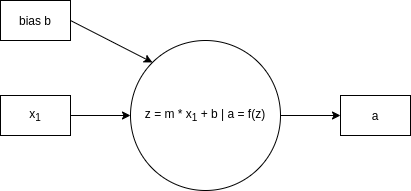
Before: doc/figures/neural_networks.png, a diagram exported from draw.io (campfireman/bachelor-thesis). Source tidied: cells renumbered, new cells last; positions are measured from the earlier drawing's top-left corner, leaving out a move shared by most shapes.
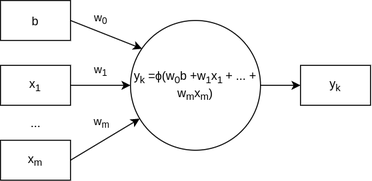
After the commit.

Commit message:
Neural network introduction

The edit, as a diff of the source:
```diff
@@ -5,23 +5,32 @@
     <mxCell id="2" style="edgeStyle=none;rounded=0;jettySize=auto;html=1;entryX=0;entryY=0.5;entryDx=0;entryDy=0;" parent="1" edge="1" source="3" target="8">
       <mxGeometry relative="1" as="geometry" />
     </mxCell>
-    <mxCell id="3" value="z = m * x&lt;sub&gt;1&lt;/sub&gt;&amp;nbsp;+ b | a = f(z)" style="ellipse;whiteSpace=wrap;html=1;" parent="1" vertex="1">
-      <mxGeometry x="130" y="40" width="150" height="150" as="geometry" />
+    <mxCell id="3" value="y&lt;sub&gt;k&lt;/sub&gt; =&lt;span lang=&quot;grc&quot;&gt;ϕ&lt;/span&gt;(w&lt;sub&gt;0&lt;/sub&gt;b +w&lt;sub&gt;1&lt;/sub&gt;x&lt;sub&gt;1 &lt;/sub&gt;+ ... + w&lt;sub&gt;m&lt;/sub&gt;x&lt;sub&gt;m&lt;/sub&gt;)" style="ellipse;whiteSpace=wrap;html=1;" parent="1" vertex="1">
+      <mxGeometry x="130" y="50" width="130" height="130" as="geometry" />
     </mxCell>
-    <mxCell id="4" style="edgeStyle=orthogonalEdgeStyle;rounded=0;jettySize=auto;html=1;entryX=0;entryY=0.5;entryDx=0;entryDy=0;" parent="1" edge="1" source="5" target="3">
-      <mxGeometry relative="1" as="geometry" />
+    <mxCell id="4" value="w&lt;sub&gt;1&lt;/sub&gt;" style="edgeStyle=orthogonalEdgeStyle;rounded=0;jettySize=auto;html=1;entryX=0;entryY=0.5;entryDx=0;entryDy=0;" parent="1" edge="1" source="5" target="3">
+      <mxGeometry y="15" relative="1" as="geometry" />
     </mxCell>
     <mxCell id="5" value="x&lt;sub&gt;1&lt;/sub&gt;" style="rounded=0;whiteSpace=wrap;html=1;" parent="1" vertex="1">
       <mxGeometry y="95" width="70" height="40" as="geometry" />
     </mxCell>
-    <mxCell id="6" style="rounded=0;jettySize=auto;html=1;entryX=0;entryY=0;entryDx=0;entryDy=0;exitX=1;exitY=0.5;exitDx=0;exitDy=0;" parent="1" edge="1" source="7" target="3">
-      <mxGeometry relative="1" as="geometry" />
+    <mxCell id="6" value="w&lt;sub&gt;0&lt;/sub&gt;" style="rounded=0;jettySize=auto;html=1;entryX=0.089;entryY=0.218;entryDx=0;entryDy=0;exitX=1;exitY=0.5;exitDx=0;exitDy=0;entryPerimeter=0;" parent="1" edge="1" source="7" target="3">
+      <mxGeometry x="-0.3" y="13" relative="1" as="geometry" />
     </mxCell>
-    <mxCell id="7" value="bias b" style="rounded=0;whiteSpace=wrap;html=1;" parent="1" vertex="1">
-      <mxGeometry width="70" height="40" as="geometry" />
+    <mxCell id="7" value="b" style="rounded=0;whiteSpace=wrap;html=1;" parent="1" vertex="1">
+      <mxGeometry y="30" width="70" height="40" as="geometry" />
     </mxCell>
-    <mxCell id="8" value="a" style="rounded=0;whiteSpace=wrap;html=1;" parent="1" vertex="1">
-      <mxGeometry x="340" y="95" width="70" height="40" as="geometry" />
+    <mxCell id="8" value="y&lt;sub&gt;k&lt;/sub&gt;" style="rounded=0;whiteSpace=wrap;html=1;" parent="1" vertex="1">
+      <mxGeometry x="300" y="95" width="70" height="40" as="geometry" />
     </mxCell>
+    <mxCell id="9" value="w&lt;sub&gt;m&lt;/sub&gt;" style="rounded=0;jettySize=auto;html=1;exitX=1;exitY=0.5;exitDx=0;exitDy=0;" parent="1" edge="1" source="10" target="3">
+      <mxGeometry x="0.14" y="17" relative="1" as="geometry" />
+    </mxCell>
+    <mxCell id="10" value="x&lt;sub&gt;m&lt;/sub&gt;" style="rounded=0;whiteSpace=wrap;html=1;" parent="1" vertex="1">
+      <mxGeometry y="170" width="70" height="40" as="geometry" />
+    </mxCell>
+    <mxCell id="11" value="..." style="text;html=1;align=center;verticalAlign=middle;strokeColor=none;fillColor=none;" parent="1" vertex="1">
+      <mxGeometry x="20" y="142" width="30" height="20" as="geometry" />
+    </mxCell>
   </root>
 </mxGraphModel>
```
